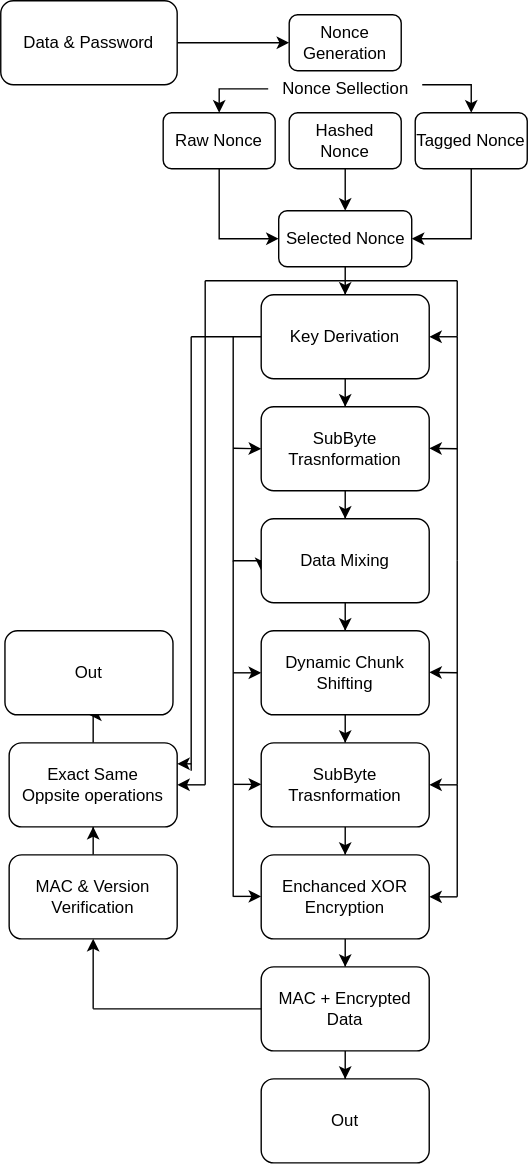
Metehan120/CRYSTALYST keeps this draw.io diagram as flow_diagram.svg. Above is the earlier version. Source tidied: cells renumbered, new cells last; positions are measured from the earlier drawing's top-left corner, leaving out a move shared by most shapes. Its diagram source:
```xml
<mxGraphModel>
  <root>
    <mxCell id="0" />
    <mxCell id="1" parent="0" />
    <mxCell id="2" style="edgeStyle=orthogonalEdgeStyle;rounded=0;jettySize=auto;html=1;" parent="1" edge="1" source="3" target="4">
      <mxGeometry relative="1" as="geometry" />
    </mxCell>
    <mxCell id="3" value="Data &amp;amp; Password" style="rounded=1;whiteSpace=wrap;html=1;" parent="1" vertex="1">
      <mxGeometry width="126" height="60" as="geometry" />
    </mxCell>
    <mxCell id="4" value="Nonce Generation" style="rounded=1;whiteSpace=wrap;html=1;" parent="1" vertex="1">
      <mxGeometry x="206" y="10" width="80" height="40" as="geometry" />
    </mxCell>
    <mxCell id="5" style="edgeStyle=orthogonalEdgeStyle;rounded=0;jettySize=auto;html=1;entryX=0;entryY=0.5;entryDx=0;entryDy=0;" parent="1" edge="1" source="6" target="18">
      <mxGeometry relative="1" as="geometry">
        <Array as="points">
          <mxPoint x="156" y="170" />
        </Array>
      </mxGeometry>
    </mxCell>
    <mxCell id="6" value="Raw Nonce" style="rounded=1;whiteSpace=wrap;html=1;" parent="1" vertex="1">
      <mxGeometry x="116" y="80" width="80" height="40" as="geometry" />
    </mxCell>
    <mxCell id="7" style="edgeStyle=orthogonalEdgeStyle;rounded=0;jettySize=auto;html=1;" parent="1" edge="1" source="8" target="18">
      <mxGeometry relative="1" as="geometry" />
    </mxCell>
    <mxCell id="8" value="Hashed Nonce" style="rounded=1;whiteSpace=wrap;html=1;" parent="1" vertex="1">
      <mxGeometry x="206" y="80" width="80" height="40" as="geometry" />
    </mxCell>
    <mxCell id="9" style="edgeStyle=orthogonalEdgeStyle;rounded=0;jettySize=auto;html=1;entryX=1;entryY=0.5;entryDx=0;entryDy=0;fillColor=none;" parent="1" edge="1" source="10" target="18">
      <mxGeometry relative="1" as="geometry">
        <Array as="points">
          <mxPoint x="336" y="170" />
        </Array>
      </mxGeometry>
    </mxCell>
    <mxCell id="10" value="Tagged Nonce" style="rounded=1;whiteSpace=wrap;html=1;" parent="1" vertex="1">
      <mxGeometry x="296" y="80" width="80" height="40" as="geometry" />
    </mxCell>
    <mxCell id="11" style="edgeStyle=orthogonalEdgeStyle;rounded=0;jettySize=auto;html=1;" parent="1" edge="1" source="13" target="6">
      <mxGeometry relative="1" as="geometry">
        <Array as="points">
          <mxPoint x="156" y="63" />
        </Array>
      </mxGeometry>
    </mxCell>
    <mxCell id="12" style="edgeStyle=orthogonalEdgeStyle;rounded=0;jettySize=auto;html=1;entryX=0.5;entryY=0;entryDx=0;entryDy=0;" parent="1" edge="1" source="13" target="10">
      <mxGeometry relative="1" as="geometry">
        <Array as="points">
          <mxPoint x="336" y="60" />
        </Array>
      </mxGeometry>
    </mxCell>
    <mxCell id="13" value="Nonce Sellection" style="text;html=1;align=center;verticalAlign=middle;points=[];strokeColor=none;fillColor=none;" parent="1" vertex="1">
      <mxGeometry x="191" y="48" width="110" height="30" as="geometry" />
    </mxCell>
    <mxCell id="14" style="edgeStyle=orthogonalEdgeStyle;rounded=0;jettySize=auto;html=1;entryX=0.5;entryY=0;entryDx=0;entryDy=0;" parent="1" edge="1" source="16" target="20">
      <mxGeometry relative="1" as="geometry" />
    </mxCell>
    <mxCell id="15" style="edgeStyle=orthogonalEdgeStyle;rounded=0;jettySize=auto;html=1;entryX=-0.001;entryY=0.613;entryDx=0;entryDy=0;entryPerimeter=0;" parent="1" edge="1" source="16" target="22">
      <mxGeometry relative="1" as="geometry">
        <Array as="points">
          <mxPoint x="166" y="240" />
          <mxPoint x="166" y="400" />
          <mxPoint x="186" y="400" />
        </Array>
      </mxGeometry>
    </mxCell>
    <mxCell id="16" value="Key Derivation" style="rounded=1;whiteSpace=wrap;html=1;" parent="1" vertex="1">
      <mxGeometry x="186" y="210" width="120" height="60" as="geometry" />
    </mxCell>
    <mxCell id="17" style="edgeStyle=orthogonalEdgeStyle;rounded=0;jettySize=auto;html=1;" parent="1" edge="1" source="18" target="16">
      <mxGeometry relative="1" as="geometry" />
    </mxCell>
    <mxCell id="18" value="Selected Nonce" style="rounded=1;whiteSpace=wrap;html=1;" parent="1" vertex="1">
      <mxGeometry x="198.5" y="150" width="95" height="40" as="geometry" />
    </mxCell>
    <mxCell id="19" style="edgeStyle=orthogonalEdgeStyle;rounded=0;jettySize=auto;html=1;" parent="1" edge="1" source="20" target="22">
      <mxGeometry relative="1" as="geometry" />
    </mxCell>
    <mxCell id="20" value="SubByte Tras&lt;span style=&quot;background-color: transparent; color: light-dark(rgb(0, 0, 0), rgb(255, 255, 255));&quot;&gt;nformation&lt;/span&gt;" style="rounded=1;whiteSpace=wrap;html=1;" parent="1" vertex="1">
      <mxGeometry x="186" y="290" width="120" height="60" as="geometry" />
    </mxCell>
    <mxCell id="21" style="edgeStyle=orthogonalEdgeStyle;rounded=0;jettySize=auto;html=1;entryX=0.5;entryY=0;entryDx=0;entryDy=0;" parent="1" edge="1" source="22" target="31">
      <mxGeometry relative="1" as="geometry" />
    </mxCell>
    <mxCell id="22" value="Data Mixing" style="rounded=1;whiteSpace=wrap;html=1;" parent="1" vertex="1">
      <mxGeometry x="186" y="370" width="120" height="60" as="geometry" />
    </mxCell>
    <mxCell id="23" style="endArrow=none;html=1;rounded=0;" parent="1" edge="1">
      <mxGeometry relative="1" as="geometry">
        <mxPoint x="326" y="400" as="sourcePoint" />
        <mxPoint x="326" y="240" as="targetPoint" />
      </mxGeometry>
    </mxCell>
    <mxCell id="24" style="endArrow=classic;html=1;rounded=0;entryX=1;entryY=0.5;entryDx=0;entryDy=0;" parent="1" edge="1">
      <mxGeometry relative="1" as="geometry">
        <mxPoint x="326" y="480" as="sourcePoint" />
        <mxPoint x="306" y="479.7" as="targetPoint" />
      </mxGeometry>
    </mxCell>
    <mxCell id="25" style="endArrow=classic;html=1;rounded=0;entryX=1;entryY=0.5;entryDx=0;entryDy=0;" parent="1" edge="1" target="16">
      <mxGeometry relative="1" as="geometry">
        <mxPoint x="326" y="240" as="sourcePoint" />
      </mxGeometry>
    </mxCell>
    <mxCell id="26" style="endArrow=none;html=1;rounded=0;" parent="1" edge="1">
      <mxGeometry relative="1" as="geometry">
        <mxPoint x="326" y="200" as="sourcePoint" />
        <mxPoint x="246" y="200" as="targetPoint" />
      </mxGeometry>
    </mxCell>
    <mxCell id="27" style="endArrow=none;html=1;rounded=0;" parent="1" edge="1">
      <mxGeometry relative="1" as="geometry">
        <mxPoint x="326" y="240" as="sourcePoint" />
        <mxPoint x="326" y="200" as="targetPoint" />
      </mxGeometry>
    </mxCell>
    <mxCell id="28" style="endArrow=classic;html=1;rounded=0;entryX=1;entryY=0.5;entryDx=0;entryDy=0;" parent="1" edge="1">
      <mxGeometry relative="1" as="geometry">
        <mxPoint x="326" y="320" as="sourcePoint" />
        <mxPoint x="306" y="319.7" as="targetPoint" />
      </mxGeometry>
    </mxCell>
    <mxCell id="29" style="endArrow=classic;html=1;rounded=0;" parent="1" edge="1">
      <mxGeometry relative="1" as="geometry">
        <mxPoint x="166" y="319.7" as="sourcePoint" />
        <mxPoint x="186" y="320" as="targetPoint" />
      </mxGeometry>
    </mxCell>
    <mxCell id="30" style="edgeStyle=orthogonalEdgeStyle;rounded=0;jettySize=auto;html=1;entryX=0.5;entryY=0;entryDx=0;entryDy=0;" parent="1" edge="1" source="31" target="36">
      <mxGeometry relative="1" as="geometry" />
    </mxCell>
    <mxCell id="31" value="Dynamic Chunk Shifting" style="rounded=1;whiteSpace=wrap;html=1;" parent="1" vertex="1">
      <mxGeometry x="186" y="450" width="120" height="60" as="geometry" />
    </mxCell>
    <mxCell id="32" style="endArrow=none;html=1;rounded=0;" parent="1" edge="1">
      <mxGeometry relative="1" as="geometry">
        <mxPoint x="326" y="560" as="sourcePoint" />
        <mxPoint x="326" y="400" as="targetPoint" />
      </mxGeometry>
    </mxCell>
    <mxCell id="33" style="endArrow=none;html=1;rounded=0;" parent="1" edge="1">
      <mxGeometry relative="1" as="geometry">
        <mxPoint x="166" y="560" as="sourcePoint" />
        <mxPoint x="166" y="400" as="targetPoint" />
      </mxGeometry>
    </mxCell>
    <mxCell id="34" style="endArrow=classic;html=1;rounded=0;entryX=0;entryY=0.5;entryDx=0;entryDy=0;" parent="1" edge="1" target="31">
      <mxGeometry relative="1" as="geometry">
        <mxPoint x="166" y="480" as="sourcePoint" />
      </mxGeometry>
    </mxCell>
    <mxCell id="35" style="edgeStyle=orthogonalEdgeStyle;rounded=0;jettySize=auto;html=1;entryX=0.5;entryY=0;entryDx=0;entryDy=0;" parent="1" edge="1" source="36" target="40">
      <mxGeometry relative="1" as="geometry" />
    </mxCell>
    <mxCell id="36" value="SubByte Tras&lt;span style=&quot;background-color: transparent; color: light-dark(rgb(0, 0, 0), rgb(255, 255, 255));&quot;&gt;nformation&lt;/span&gt;" style="rounded=1;whiteSpace=wrap;html=1;" parent="1" vertex="1">
      <mxGeometry x="186" y="530" width="120" height="60" as="geometry" />
    </mxCell>
    <mxCell id="37" style="endArrow=classic;html=1;rounded=0;entryX=0;entryY=0.5;entryDx=0;entryDy=0;" parent="1" edge="1">
      <mxGeometry relative="1" as="geometry">
        <mxPoint x="166" y="559.7" as="sourcePoint" />
        <mxPoint x="186" y="559.7" as="targetPoint" />
      </mxGeometry>
    </mxCell>
    <mxCell id="38" style="endArrow=classic;html=1;rounded=0;entryX=1;entryY=0.5;entryDx=0;entryDy=0;" parent="1" edge="1" target="36">
      <mxGeometry relative="1" as="geometry">
        <mxPoint x="326" y="560" as="sourcePoint" />
      </mxGeometry>
    </mxCell>
    <mxCell id="39" style="edgeStyle=orthogonalEdgeStyle;rounded=0;jettySize=auto;html=1;" parent="1" edge="1" source="40" target="49">
      <mxGeometry relative="1" as="geometry" />
    </mxCell>
    <mxCell id="40" value="Enchanced XOR Encryption" style="rounded=1;whiteSpace=wrap;html=1;" parent="1" vertex="1">
      <mxGeometry x="186" y="610" width="120" height="60" as="geometry" />
    </mxCell>
    <mxCell id="41" style="endArrow=none;html=1;rounded=0;" parent="1" edge="1">
      <mxGeometry relative="1" as="geometry">
        <mxPoint x="326" y="640" as="sourcePoint" />
        <mxPoint x="326" y="560" as="targetPoint" />
      </mxGeometry>
    </mxCell>
    <mxCell id="42" style="endArrow=none;html=1;rounded=0;" parent="1" edge="1">
      <mxGeometry relative="1" as="geometry">
        <mxPoint x="166" y="640" as="sourcePoint" />
        <mxPoint x="166" y="560" as="targetPoint" />
      </mxGeometry>
    </mxCell>
    <mxCell id="43" style="endArrow=classic;html=1;rounded=0;entryX=1;entryY=0.5;entryDx=0;entryDy=0;" parent="1" edge="1" target="40">
      <mxGeometry relative="1" as="geometry">
        <mxPoint x="326" y="640" as="sourcePoint" />
      </mxGeometry>
    </mxCell>
    <mxCell id="44" style="endArrow=classic;html=1;rounded=0;entryX=0;entryY=0.5;entryDx=0;entryDy=0;" parent="1" edge="1">
      <mxGeometry relative="1" as="geometry">
        <mxPoint x="166" y="639.7" as="sourcePoint" />
        <mxPoint x="186" y="639.7" as="targetPoint" />
      </mxGeometry>
    </mxCell>
    <mxCell id="45" style="edgeStyle=orthogonalEdgeStyle;rounded=0;jettySize=auto;html=1;" parent="1" edge="1" source="46" target="52">
      <mxGeometry relative="1" as="geometry" />
    </mxCell>
    <mxCell id="46" value="MAC &amp;amp; Version Verification" style="rounded=1;whiteSpace=wrap;html=1;" parent="1" vertex="1">
      <mxGeometry x="6" y="610" width="120" height="60" as="geometry" />
    </mxCell>
    <mxCell id="47" style="endArrow=classic;html=1;rounded=0;entryX=0.5;entryY=1;entryDx=0;entryDy=0;" parent="1" edge="1" target="46">
      <mxGeometry relative="1" as="geometry">
        <mxPoint x="66" y="720" as="sourcePoint" />
      </mxGeometry>
    </mxCell>
    <mxCell id="48" style="edgeStyle=orthogonalEdgeStyle;rounded=0;jettySize=auto;html=1;entryX=0.5;entryY=0;entryDx=0;entryDy=0;" parent="1" edge="1" source="49" target="59">
      <mxGeometry relative="1" as="geometry" />
    </mxCell>
    <mxCell id="49" value="MAC + Encrypted Data" style="rounded=1;whiteSpace=wrap;html=1;" parent="1" vertex="1">
      <mxGeometry x="186" y="690" width="120" height="60" as="geometry" />
    </mxCell>
    <mxCell id="50" style="endArrow=none;html=1;rounded=0;entryX=0;entryY=0.5;entryDx=0;entryDy=0;" parent="1" edge="1" target="49">
      <mxGeometry relative="1" as="geometry">
        <mxPoint x="66" y="720" as="sourcePoint" />
      </mxGeometry>
    </mxCell>
    <mxCell id="51" style="edgeStyle=orthogonalEdgeStyle;rounded=0;jettySize=auto;html=1;entryX=0.5;entryY=1;entryDx=0;entryDy=0;" parent="1" edge="1" source="52" target="60">
      <mxGeometry relative="1" as="geometry" />
    </mxCell>
    <mxCell id="52" value="Exact Same Oppsite&lt;span style=&quot;background-color: transparent; color: light-dark(rgb(0, 0, 0), rgb(255, 255, 255));&quot;&gt;&amp;nbsp;operations&lt;/span&gt;" style="rounded=1;whiteSpace=wrap;html=1;" parent="1" vertex="1">
      <mxGeometry x="6" y="530" width="120" height="60" as="geometry" />
    </mxCell>
    <mxCell id="53" style="endArrow=none;html=1;rounded=0;" parent="1" edge="1">
      <mxGeometry relative="1" as="geometry">
        <mxPoint x="246" y="200" as="sourcePoint" />
        <mxPoint x="146" y="200" as="targetPoint" />
      </mxGeometry>
    </mxCell>
    <mxCell id="54" style="endArrow=none;html=1;rounded=0;" parent="1" edge="1">
      <mxGeometry relative="1" as="geometry">
        <mxPoint x="146" y="560" as="sourcePoint" />
        <mxPoint x="146" y="200" as="targetPoint" />
      </mxGeometry>
    </mxCell>
    <mxCell id="55" style="endArrow=classic;html=1;rounded=0;entryX=1;entryY=0.5;entryDx=0;entryDy=0;" parent="1" edge="1" target="52">
      <mxGeometry relative="1" as="geometry">
        <mxPoint x="146" y="560" as="sourcePoint" />
      </mxGeometry>
    </mxCell>
    <mxCell id="56" style="endArrow=none;html=1;rounded=0;" parent="1" edge="1">
      <mxGeometry relative="1" as="geometry">
        <mxPoint x="166" y="240" as="sourcePoint" />
        <mxPoint x="136" y="240" as="targetPoint" />
      </mxGeometry>
    </mxCell>
    <mxCell id="57" style="endArrow=none;html=1;rounded=0;" parent="1" edge="1">
      <mxGeometry relative="1" as="geometry">
        <mxPoint x="136" y="550" as="sourcePoint" />
        <mxPoint x="136" y="240" as="targetPoint" />
      </mxGeometry>
    </mxCell>
    <mxCell id="58" style="endArrow=classic;html=1;rounded=0;entryX=1;entryY=0.25;entryDx=0;entryDy=0;" parent="1" edge="1" target="52">
      <mxGeometry relative="1" as="geometry">
        <mxPoint x="136" y="545" as="sourcePoint" />
      </mxGeometry>
    </mxCell>
    <mxCell id="59" value="Out" style="rounded=1;whiteSpace=wrap;html=1;" parent="1" vertex="1">
      <mxGeometry x="186" y="770" width="120" height="60" as="geometry" />
    </mxCell>
    <mxCell id="60" value="Out" style="rounded=1;whiteSpace=wrap;html=1;" parent="1" vertex="1">
      <mxGeometry x="3" y="450" width="120" height="60" as="geometry" />
    </mxCell>
  </root>
</mxGraphModel>
```
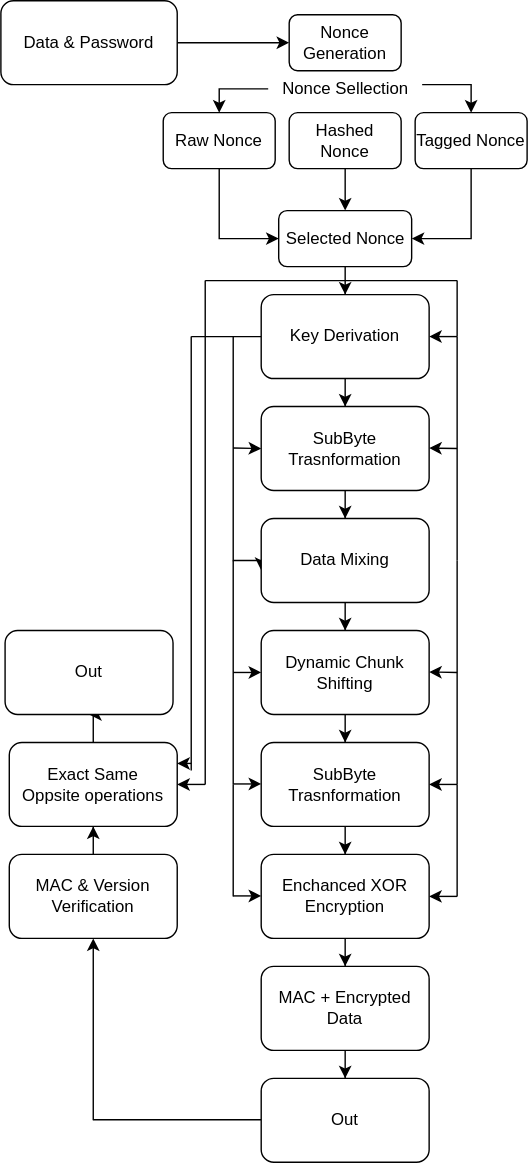
Later version of the same file.

Commit message:
Better Flow Diagram

Change to the diagram source:
```diff
@@ -205,7 +205,7 @@
     </mxCell>
     <mxCell id="47" style="endArrow=classic;html=1;rounded=0;entryX=0.5;entryY=1;entryDx=0;entryDy=0;" parent="1" edge="1" target="46">
       <mxGeometry relative="1" as="geometry">
-        <mxPoint x="66" y="720" as="sourcePoint" />
+        <mxPoint x="66" y="800" as="sourcePoint" />
       </mxGeometry>
     </mxCell>
     <mxCell id="48" style="edgeStyle=orthogonalEdgeStyle;rounded=0;jettySize=auto;html=1;entryX=0.5;entryY=0;entryDx=0;entryDy=0;" parent="1" edge="1" source="49" target="59">
@@ -214,9 +214,10 @@
     <mxCell id="49" value="MAC + Encrypted Data" style="rounded=1;whiteSpace=wrap;html=1;" parent="1" vertex="1">
       <mxGeometry x="186" y="690" width="120" height="60" as="geometry" />
     </mxCell>
-    <mxCell id="50" style="endArrow=none;html=1;rounded=0;entryX=0;entryY=0.5;entryDx=0;entryDy=0;" parent="1" edge="1" target="49">
+    <mxCell id="50" style="endArrow=none;html=1;rounded=0;entryX=0;entryY=0.5;entryDx=0;entryDy=0;" parent="1" edge="1">
       <mxGeometry relative="1" as="geometry">
-        <mxPoint x="66" y="720" as="sourcePoint" />
+        <mxPoint x="66" y="799.6" as="sourcePoint" />
+        <mxPoint x="186" y="799.6" as="targetPoint" />
       </mxGeometry>
     </mxCell>
     <mxCell id="51" style="edgeStyle=orthogonalEdgeStyle;rounded=0;jettySize=auto;html=1;entryX=0.5;entryY=1;entryDx=0;entryDy=0;" parent="1" edge="1" source="52" target="60">
```
